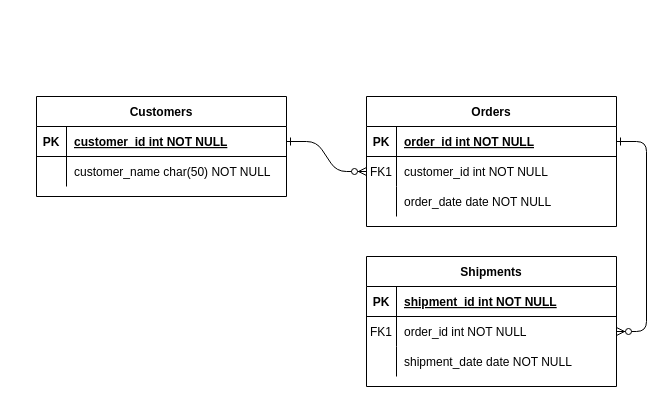
Above: Untitled Diagram.drawio in TIDBIS-Example/NameOfTheProject-ERM (draw.io), before the change. Source tidied: cells renumbered, new cells numbered last; positions are measured from the earlier drawing's top-left corner, leaving out a move shared by most shapes. Both pictures are drawn from the tidied source at 100%, with x=0, y=0 at pixel (36, 96).
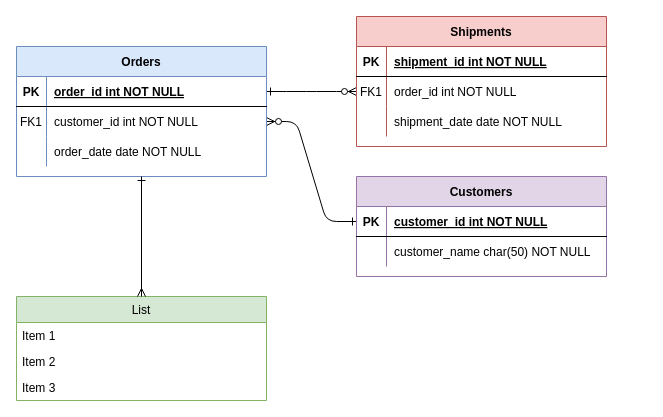
After the change.

Change to the diagram source:
```diff
@@
-    <mxCell id="4" value="Orders" style="shape=table;startSize=30;childLayout=tableLayout;rowLines=0;fontStyle=1;align=center;" parent="1" vertex="1">
-      <mxGeometry x="330" width="250" height="130" as="geometry" />
+    <mxCell id="4" value="Orders" style="shape=table;startSize=30;childLayout=tableLayout;rowLines=0;fontStyle=1;align=center;fillColor=#dae8fc;strokeColor=#6c8ebf;" parent="1" vertex="1">
+      <mxGeometry x="-20" y="-50" width="250" height="130" as="geometry" />
     </mxCell>
@@
-    <mxCell id="14" value="Shipments" style="shape=table;startSize=30;childLayout=tableLayout;rowLines=0;fontStyle=1;align=center;" parent="1" vertex="1">
-      <mxGeometry x="330" y="160" width="250" height="130" as="geometry" />
+    <mxCell id="14" value="Shipments" style="shape=table;startSize=30;childLayout=tableLayout;rowLines=0;fontStyle=1;align=center;fillColor=#f8cecc;strokeColor=#b85450;" parent="1" vertex="1">
+      <mxGeometry x="320" y="-80" width="250" height="130" as="geometry" />
     </mxCell>
@@
-    <mxCell id="24" value="Customers" style="shape=table;startSize=30;childLayout=tableLayout;rowLines=0;fontStyle=1;align=center;" parent="1" vertex="1">
-      <mxGeometry width="250" height="100" as="geometry" />
+    <mxCell id="24" value="Customers" style="shape=table;startSize=30;childLayout=tableLayout;rowLines=0;fontStyle=1;align=center;fillColor=#e1d5e7;strokeColor=#9673a6;" parent="1" vertex="1">
+      <mxGeometry x="320" y="80" width="250" height="100" as="geometry" />
     </mxCell>
@@
+    <mxCell id="31" value="List" style="swimlane;fontStyle=0;horizontal=1;startSize=26;fillColor=#d5e8d4;strokeColor=#82b366;" parent="1" vertex="1">
+      <mxGeometry x="-20" y="200" width="250" height="104" as="geometry" />
+    </mxCell>
+    <mxCell id="32" value="Item 1" style="text;strokeColor=none;fillColor=none;align=left;verticalAlign=top;spacingLeft=4;spacingRight=4;overflow=hidden;" parent="31" vertex="1">
+      <mxGeometry y="26" width="250" height="26" as="geometry" />
+    </mxCell>
+    <mxCell id="33" value="Item 2" style="text;strokeColor=none;fillColor=none;align=left;verticalAlign=top;spacingLeft=4;spacingRight=4;overflow=hidden;" parent="31" vertex="1">
+      <mxGeometry y="52" width="250" height="26" as="geometry" />
+    </mxCell>
+    <mxCell id="34" value="Item 3" style="text;strokeColor=none;fillColor=none;align=left;verticalAlign=top;spacingLeft=4;spacingRight=4;overflow=hidden;" parent="31" vertex="1">
+      <mxGeometry y="78" width="250" height="26" as="geometry" />
+    </mxCell>
+    <mxCell id="35" style="endArrow=ERmany;html=1;exitX=0.5;exitY=1;exitDx=0;exitDy=0;endFill=0;startArrow=ERone;startFill=0;" parent="1" edge="1" source="4" target="31">
+      <mxGeometry relative="1" as="geometry" />
+    </mxCell>
```
